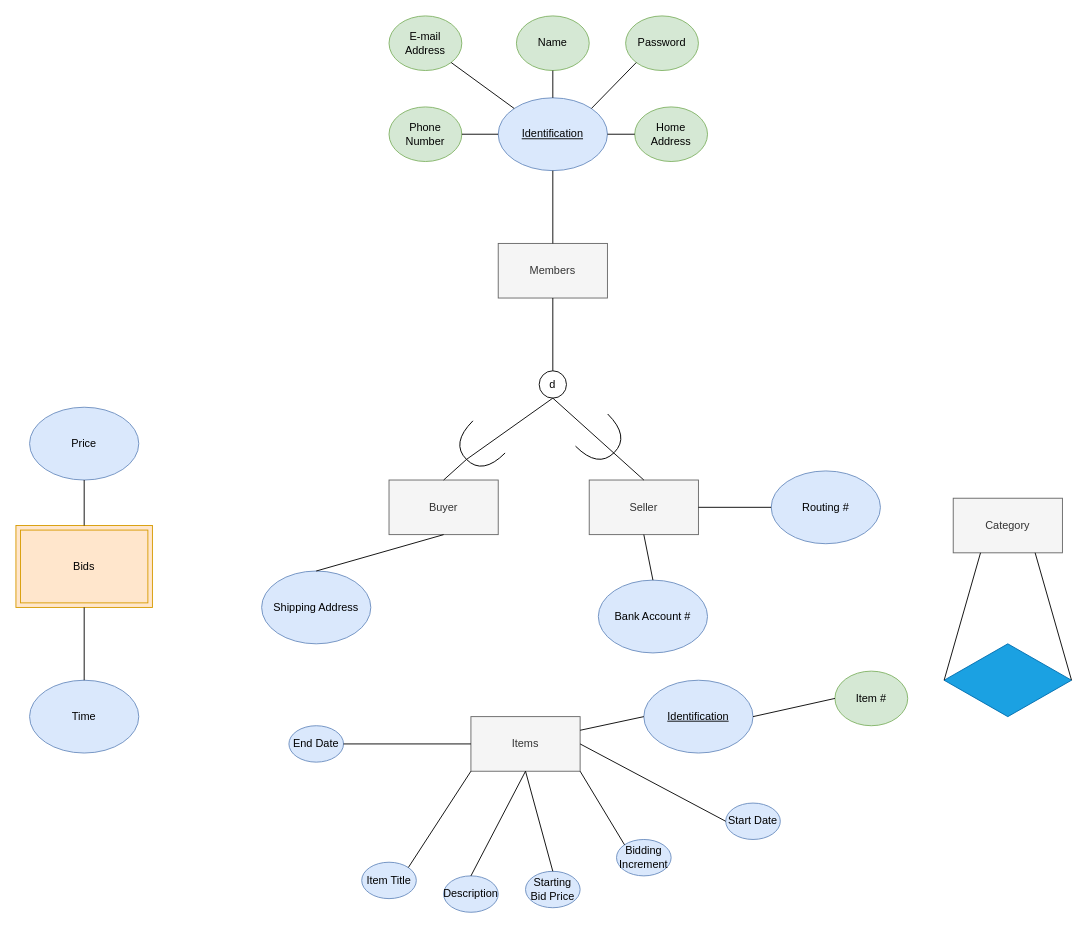
The draw.io diagram EER Modelling.drawio in William-BC-CA/CPSC2221_EER_Modelling_Diagram, before the edit. Source tidied: cells renumbered, new cells numbered last; positions are measured from the earlier drawing's top-left corner, leaving out a move shared by most shapes. Both pictures are drawn from the tidied source at 91%, with x=0, y=0 at pixel (15, 15).
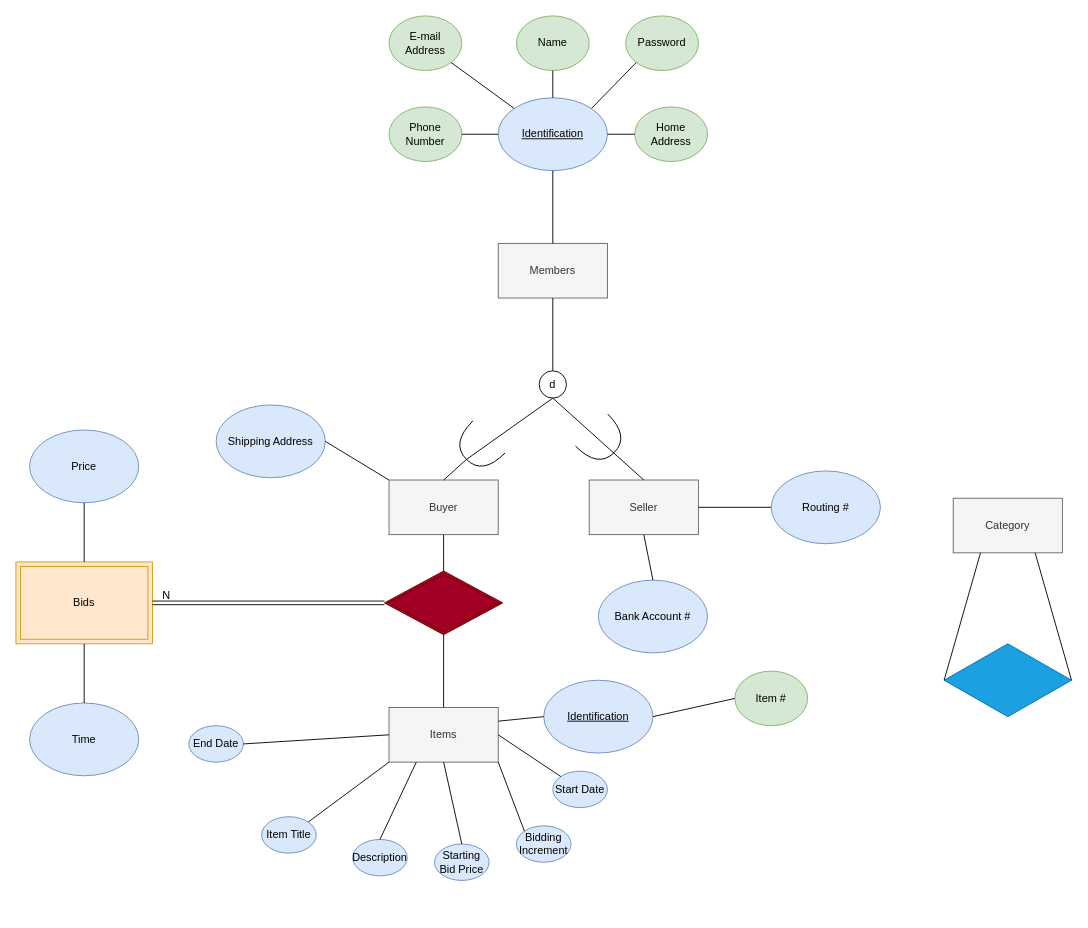
The same diagram, later.

Unchanged cells that the change refers to:
```xml
<mxCell id="16" value="Buyer" style="rounded=0;whiteSpace=wrap;html=1;fillColor=#f5f5f5;fontColor=#333333;strokeColor=#666666;" parent="1" vertex="1">
  <mxGeometry x="410" y="510" width="120" height="60" as="geometry" />
</mxCell>
```

Diff of the diagram source:
```diff
@@
     <mxCell id="24" value="Shipping Address" style="ellipse;whiteSpace=wrap;html=1;fillColor=#dae8fc;strokeColor=#6c8ebf;" parent="1" vertex="1">
-      <mxGeometry x="270" y="610" width="120" height="80" as="geometry" />
+      <mxGeometry x="220" y="427.5" width="120" height="80" as="geometry" />
     </mxCell>
@@
-    <mxCell id="27" style="endArrow=none;html=1;rounded=0;exitX=0.5;exitY=1;exitDx=0;exitDy=0;entryX=0.5;entryY=0;entryDx=0;entryDy=0;" parent="1" edge="1" source="16" target="24">
+    <mxCell id="27" style="endArrow=none;html=1;rounded=0;exitX=0;exitY=0;exitDx=0;exitDy=0;entryX=1;entryY=0.5;entryDx=0;entryDy=0;" parent="1" edge="1" source="16" target="24">
       <mxGeometry relative="1" as="geometry" />
     </mxCell>
@@
     <mxCell id="30" value="Items" style="rounded=0;whiteSpace=wrap;html=1;fillColor=#f5f5f5;fontColor=#333333;strokeColor=#666666;" parent="1" vertex="1">
-      <mxGeometry x="500" y="770" width="120" height="60" as="geometry" />
+      <mxGeometry x="410" y="760" width="120" height="60" as="geometry" />
     </mxCell>
     <mxCell id="31" value="&lt;u&gt;Identification&lt;/u&gt;" style="ellipse;whiteSpace=wrap;html=1;fillColor=#dae8fc;strokeColor=#6c8ebf;" parent="1" vertex="1">
-      <mxGeometry x="690" y="730" width="120" height="80" as="geometry" />
+      <mxGeometry x="580" y="730" width="120" height="80" as="geometry" />
     </mxCell>
     <mxCell id="32" value="Item #" style="ellipse;whiteSpace=wrap;html=1;fillColor=#d5e8d4;strokeColor=#82b366;" parent="1" vertex="1">
-      <mxGeometry x="900" y="720" width="80" height="60" as="geometry" />
+      <mxGeometry x="790" y="720" width="80" height="60" as="geometry" />
     </mxCell>
     <mxCell id="33" value="Item Title" style="ellipse;whiteSpace=wrap;html=1;fillColor=#dae8fc;strokeColor=#6c8ebf;" parent="1" vertex="1">
-      <mxGeometry x="380" y="930" width="60" height="40" as="geometry" />
+      <mxGeometry x="270" y="880" width="60" height="40" as="geometry" />
     </mxCell>
     <mxCell id="34" value="Description" style="ellipse;whiteSpace=wrap;html=1;fillColor=#dae8fc;strokeColor=#6c8ebf;" parent="1" vertex="1">
-      <mxGeometry x="470" y="945" width="60" height="40" as="geometry" />
+      <mxGeometry x="370" y="905" width="60" height="40" as="geometry" />
     </mxCell>
     <mxCell id="35" value="Starting Bid Price" style="ellipse;whiteSpace=wrap;html=1;fillColor=#dae8fc;strokeColor=#6c8ebf;" parent="1" vertex="1">
-      <mxGeometry x="560" y="940" width="60" height="40" as="geometry" />
+      <mxGeometry x="460" y="910" width="60" height="40" as="geometry" />
     </mxCell>
     <mxCell id="36" value="Bidding Increment" style="ellipse;whiteSpace=wrap;html=1;fillColor=#dae8fc;strokeColor=#6c8ebf;" parent="1" vertex="1">
-      <mxGeometry x="660" y="905" width="60" height="40" as="geometry" />
+      <mxGeometry x="550" y="890" width="60" height="40" as="geometry" />
     </mxCell>
     <mxCell id="37" value="Start Date" style="ellipse;whiteSpace=wrap;html=1;fillColor=#dae8fc;strokeColor=#6c8ebf;" parent="1" vertex="1">
-      <mxGeometry x="780" y="865" width="60" height="40" as="geometry" />
+      <mxGeometry x="590" y="830" width="60" height="40" as="geometry" />
     </mxCell>
     <mxCell id="38" value="End Date" style="ellipse;whiteSpace=wrap;html=1;fillColor=#dae8fc;strokeColor=#6c8ebf;" parent="1" vertex="1">
-      <mxGeometry x="300" y="780" width="60" height="40" as="geometry" />
+      <mxGeometry x="190" y="780" width="60" height="40" as="geometry" />
     </mxCell>
@@
-    <mxCell id="43" style="endArrow=none;html=1;rounded=0;exitX=0.5;exitY=0;exitDx=0;exitDy=0;entryX=0.5;entryY=1;entryDx=0;entryDy=0;" parent="1" edge="1" source="34" target="30">
+    <mxCell id="43" style="endArrow=none;html=1;rounded=0;exitX=0.5;exitY=0;exitDx=0;exitDy=0;entryX=0.25;entryY=1;entryDx=0;entryDy=0;" parent="1" edge="1" source="34" target="30">
       <mxGeometry relative="1" as="geometry" />
     </mxCell>
@@
-    <mxCell id="46" style="endArrow=none;html=1;rounded=0;entryX=0;entryY=0.5;entryDx=0;entryDy=0;exitX=1;exitY=0.5;exitDx=0;exitDy=0;" parent="1" edge="1" source="30" target="37">
+    <mxCell id="46" style="endArrow=none;html=1;rounded=0;entryX=0;entryY=0;entryDx=0;entryDy=0;exitX=1;exitY=0.5;exitDx=0;exitDy=0;" parent="1" edge="1" source="30" target="37">
       <mxGeometry relative="1" as="geometry" />
     </mxCell>
@@
     <mxCell id="51" value="Bids" style="shape=ext;margin=3;double=1;whiteSpace=wrap;html=1;align=center;fillColor=#ffe6cc;strokeColor=#d79b00;" parent="1" vertex="1">
-      <mxGeometry y="560" width="150" height="90" as="geometry" />
+      <mxGeometry y="600" width="150" height="90" as="geometry" />
     </mxCell>
     <mxCell id="52" value="Price" style="ellipse;whiteSpace=wrap;html=1;fillColor=#dae8fc;strokeColor=#6c8ebf;" parent="1" vertex="1">
-      <mxGeometry x="15" y="430" width="120" height="80" as="geometry" />
+      <mxGeometry x="15" y="455" width="120" height="80" as="geometry" />
     </mxCell>
     <mxCell id="53" value="Time" style="ellipse;whiteSpace=wrap;html=1;fillColor=#dae8fc;strokeColor=#6c8ebf;" parent="1" vertex="1">
-      <mxGeometry x="15" y="730" width="120" height="80" as="geometry" />
+      <mxGeometry x="15" y="755" width="120" height="80" as="geometry" />
     </mxCell>
@@
+    <mxCell id="56" style="shape=rhombus;double=1;perimeter=rhombusPerimeter;whiteSpace=wrap;html=1;align=center;fillColor=#a20025;fontColor=#ffffff;strokeColor=#6F0000;" parent="1" vertex="1">
+      <mxGeometry x="405" y="610" width="130" height="70" as="geometry" />
+    </mxCell>
+    <mxCell id="57" style="shape=link;html=1;rounded=0;exitX=0;exitY=0.5;exitDx=0;exitDy=0;entryX=1;entryY=0.5;entryDx=0;entryDy=0;" parent="1" edge="1" source="56" target="51">
+      <mxGeometry relative="1" as="geometry" />
+    </mxCell>
+    <mxCell id="58" value="N" style="html=1;align=right;verticalAlign=bottom;" parent="57" vertex="1">
+      <mxGeometry x="1" relative="1" as="geometry">
+        <mxPoint x="20" as="offset" />
+      </mxGeometry>
+    </mxCell>
+    <mxCell id="59" style="endArrow=none;html=1;rounded=0;entryX=0.5;entryY=1;entryDx=0;entryDy=0;exitX=0.5;exitY=0;exitDx=0;exitDy=0;" parent="1" edge="1" source="56" target="16">
+      <mxGeometry relative="1" as="geometry" />
+    </mxCell>
+    <mxCell id="60" style="endArrow=none;html=1;rounded=0;exitX=0.5;exitY=0;exitDx=0;exitDy=0;entryX=0.5;entryY=1;entryDx=0;entryDy=0;" parent="1" edge="1" source="30" target="56">
+      <mxGeometry relative="1" as="geometry" />
+    </mxCell>
```
